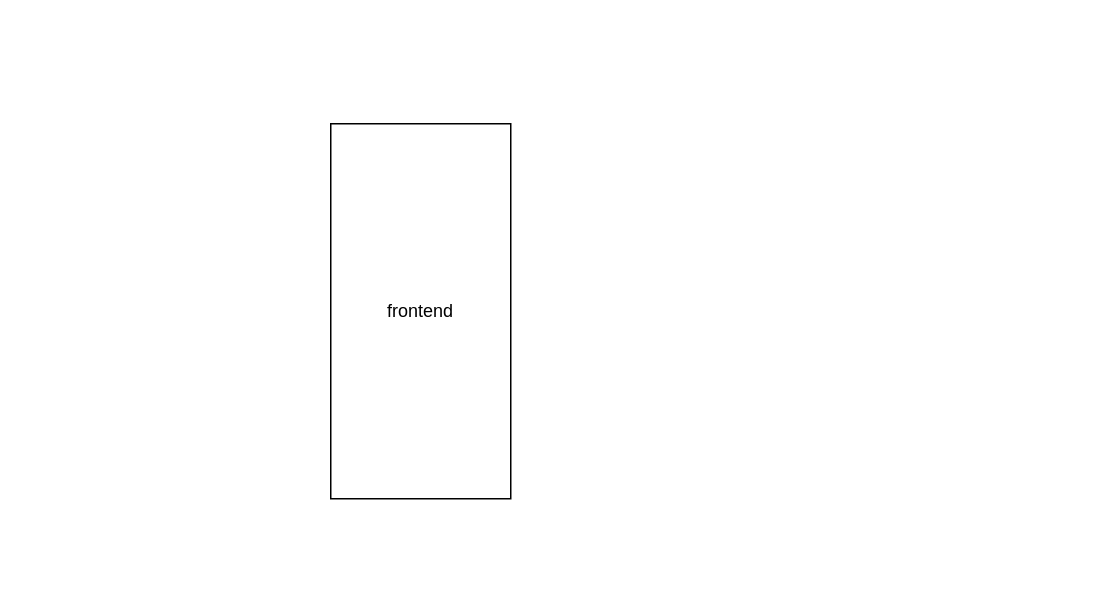
Above: Untitled Diagram.drawio in JuaneroStanley/prge_01_ss (draw.io), before the change. Source tidied: cells renumbered, new cells numbered last; positions are measured from the earlier drawing's top-left corner, leaving out a move shared by most shapes. Both pictures are drawn from the tidied source at 150%, with x=0, y=0 at pixel (330, 123).
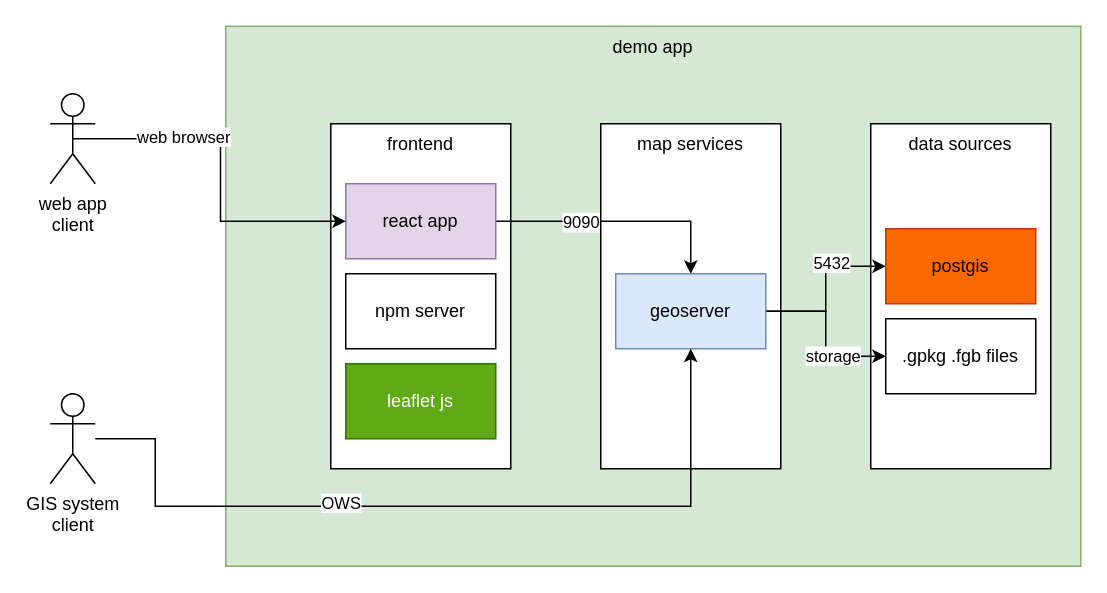
After the change.

Commit message:
Update Architecture Schema

The edit, as a diff of the source:
```diff
@@
+    <mxCell id="3" value="demo app" style="rounded=0;whiteSpace=wrap;html=1;verticalAlign=top;labelBackgroundColor=none;fillColor=#d5e8d4;strokeColor=#82b366;" parent="1" vertex="1">
+      <mxGeometry x="-70" y="-65" width="570" height="360" as="geometry" />
+    </mxCell>
-    <mxCell id="2" value="frontend" style="rounded=0;whiteSpace=wrap;html=1;" parent="1" vertex="1">
-      <mxGeometry width="120" height="250" as="geometry" />
+    <mxCell id="2" value="frontend" style="rounded=0;whiteSpace=wrap;html=1;verticalAlign=top;" parent="1" vertex="1">
+      <mxGeometry width="120" height="230" as="geometry" />
     </mxCell>
+    <mxCell id="4" value="map services" style="rounded=0;whiteSpace=wrap;html=1;verticalAlign=top;" parent="1" vertex="1">
+      <mxGeometry x="180" width="120" height="230" as="geometry" />
+    </mxCell>
+    <mxCell id="5" value="data sources" style="rounded=0;whiteSpace=wrap;html=1;align=center;verticalAlign=top;" parent="1" vertex="1">
+      <mxGeometry x="360" width="120" height="230" as="geometry" />
+    </mxCell>
+    <mxCell id="6" style="edgeStyle=orthogonalEdgeStyle;rounded=0;jettySize=auto;html=1;" parent="1" edge="1" source="8" target="15">
+      <mxGeometry relative="1" as="geometry" />
+    </mxCell>
+    <mxCell id="7" value="9090" style="edgeLabel;html=1;align=center;verticalAlign=middle;" parent="6" vertex="1">
+      <mxGeometry x="-0.32" relative="1" as="geometry" />
+    </mxCell>
+    <mxCell id="8" value="react app" style="rounded=0;whiteSpace=wrap;html=1;fillColor=#e1d5e7;strokeColor=#9673a6;" parent="1" vertex="1">
+      <mxGeometry x="10" y="40" width="100" height="50" as="geometry" />
+    </mxCell>
+    <mxCell id="9" value="npm server" style="rounded=0;whiteSpace=wrap;html=1;" parent="1" vertex="1">
+      <mxGeometry x="10" y="100" width="100" height="50" as="geometry" />
+    </mxCell>
+    <mxCell id="10" value="leaflet js" style="rounded=0;whiteSpace=wrap;html=1;fillColor=#60a917;fontColor=#ffffff;strokeColor=#2D7600;" parent="1" vertex="1">
+      <mxGeometry x="10" y="160" width="100" height="50" as="geometry" />
+    </mxCell>
+    <mxCell id="11" style="edgeStyle=orthogonalEdgeStyle;rounded=0;jettySize=auto;html=1;entryX=0;entryY=0.5;entryDx=0;entryDy=0;" parent="1" edge="1" source="15" target="16">
+      <mxGeometry relative="1" as="geometry" />
+    </mxCell>
+    <mxCell id="12" value="5432" style="edgeLabel;html=1;align=center;verticalAlign=middle;" parent="11" vertex="1">
+      <mxGeometry x="0.33" y="3" relative="1" as="geometry" />
+    </mxCell>
+    <mxCell id="13" style="edgeStyle=orthogonalEdgeStyle;rounded=0;jettySize=auto;html=1;" parent="1" edge="1" source="15" target="17">
+      <mxGeometry relative="1" as="geometry" />
+    </mxCell>
+    <mxCell id="14" value="storage" style="edgeLabel;html=1;align=center;verticalAlign=middle;" parent="13" vertex="1">
+      <mxGeometry x="0.35" y="1" relative="1" as="geometry" />
+    </mxCell>
+    <mxCell id="15" value="geoserver" style="rounded=0;whiteSpace=wrap;html=1;fillColor=#dae8fc;strokeColor=#6c8ebf;" parent="1" vertex="1">
+      <mxGeometry x="190" y="100" width="100" height="50" as="geometry" />
+    </mxCell>
+    <mxCell id="16" value="postgis" style="rounded=0;whiteSpace=wrap;html=1;fillColor=#fa6800;fontColor=#000000;strokeColor=#C73500;" parent="1" vertex="1">
+      <mxGeometry x="370" y="70" width="100" height="50" as="geometry" />
+    </mxCell>
+    <mxCell id="17" value=".gpkg .fgb files" style="rounded=0;whiteSpace=wrap;html=1;" parent="1" vertex="1">
+      <mxGeometry x="370" y="130" width="100" height="50" as="geometry" />
+    </mxCell>
+    <mxCell id="18" style="edgeStyle=orthogonalEdgeStyle;rounded=0;jettySize=auto;html=1;exitX=0.5;exitY=0.5;exitDx=0;exitDy=0;exitPerimeter=0;entryX=0;entryY=0.5;entryDx=0;entryDy=0;" parent="1" edge="1" source="20" target="8">
+      <mxGeometry relative="1" as="geometry" />
+    </mxCell>
+    <mxCell id="19" value="web browser" style="edgeLabel;html=1;align=center;verticalAlign=middle;" parent="18" vertex="1">
+      <mxGeometry x="-0.38" y="2" relative="1" as="geometry" />
+    </mxCell>
+    <mxCell id="20" value="web app &lt;br&gt;client" style="shape=umlActor;verticalLabelPosition=bottom;verticalAlign=top;html=1;outlineConnect=0;" parent="1" vertex="1">
+      <mxGeometry x="-187" y="-20" width="30" height="60" as="geometry" />
+    </mxCell>
+    <mxCell id="21" style="edgeStyle=orthogonalEdgeStyle;rounded=0;jettySize=auto;html=1;" parent="1" edge="1" source="23" target="15">
+      <mxGeometry relative="1" as="geometry">
+        <Array as="points">
+          <mxPoint x="-117" y="210" />
+          <mxPoint x="-117" y="255" />
+          <mxPoint x="240" y="255" />
+        </Array>
+      </mxGeometry>
+    </mxCell>
+    <mxCell id="22" value="OWS" style="edgeLabel;html=1;align=center;verticalAlign=middle;" parent="21" vertex="1">
+      <mxGeometry x="-0.24" y="3" relative="1" as="geometry" />
+    </mxCell>
+    <mxCell id="23" value="GIS system &lt;br&gt;client" style="shape=umlActor;verticalLabelPosition=bottom;verticalAlign=top;html=1;outlineConnect=0;" parent="1" vertex="1">
+      <mxGeometry x="-187" y="180" width="30" height="60" as="geometry" />
+    </mxCell>
```
